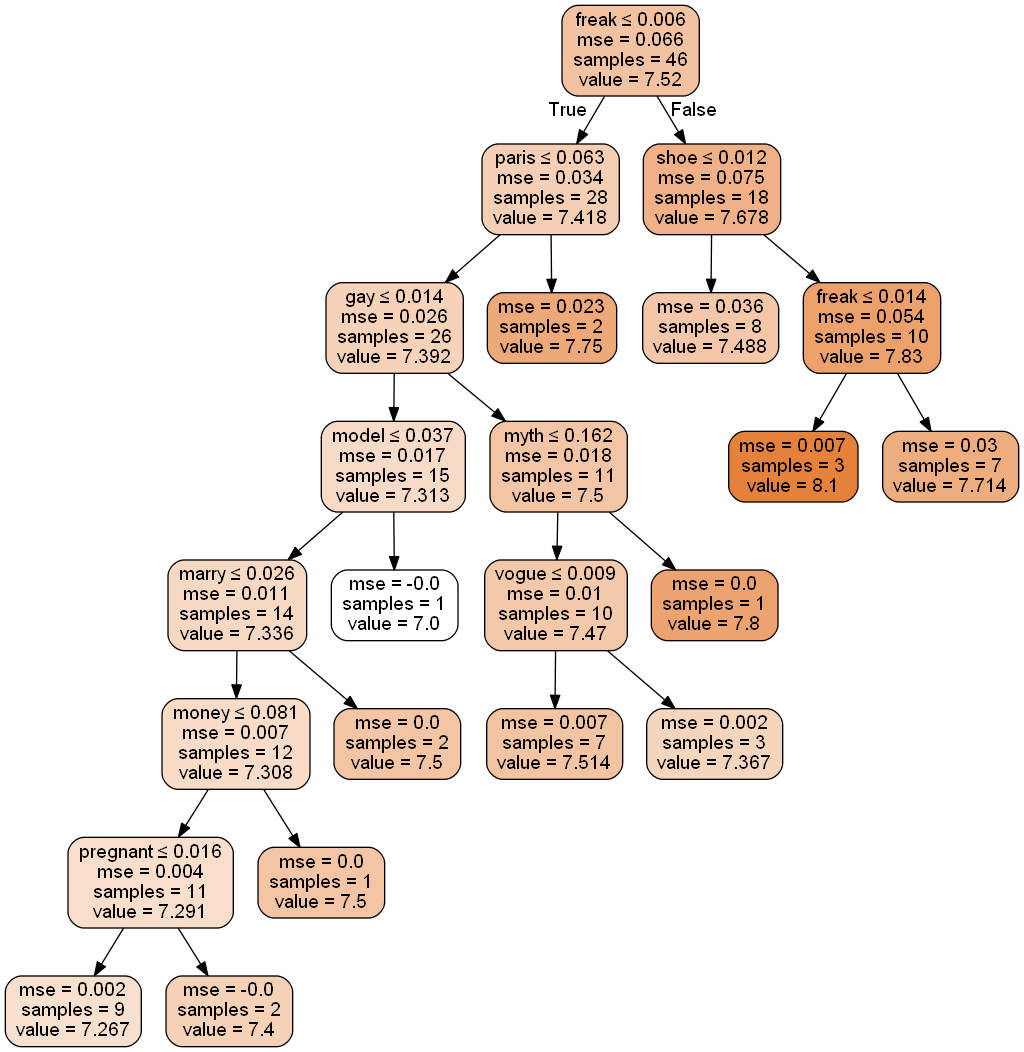
This is Source.gv.png from ranilovi/SATC_rating_prediction, a Graphviz export, as it was before one commit. Its source is kept beside it as Source.gv.
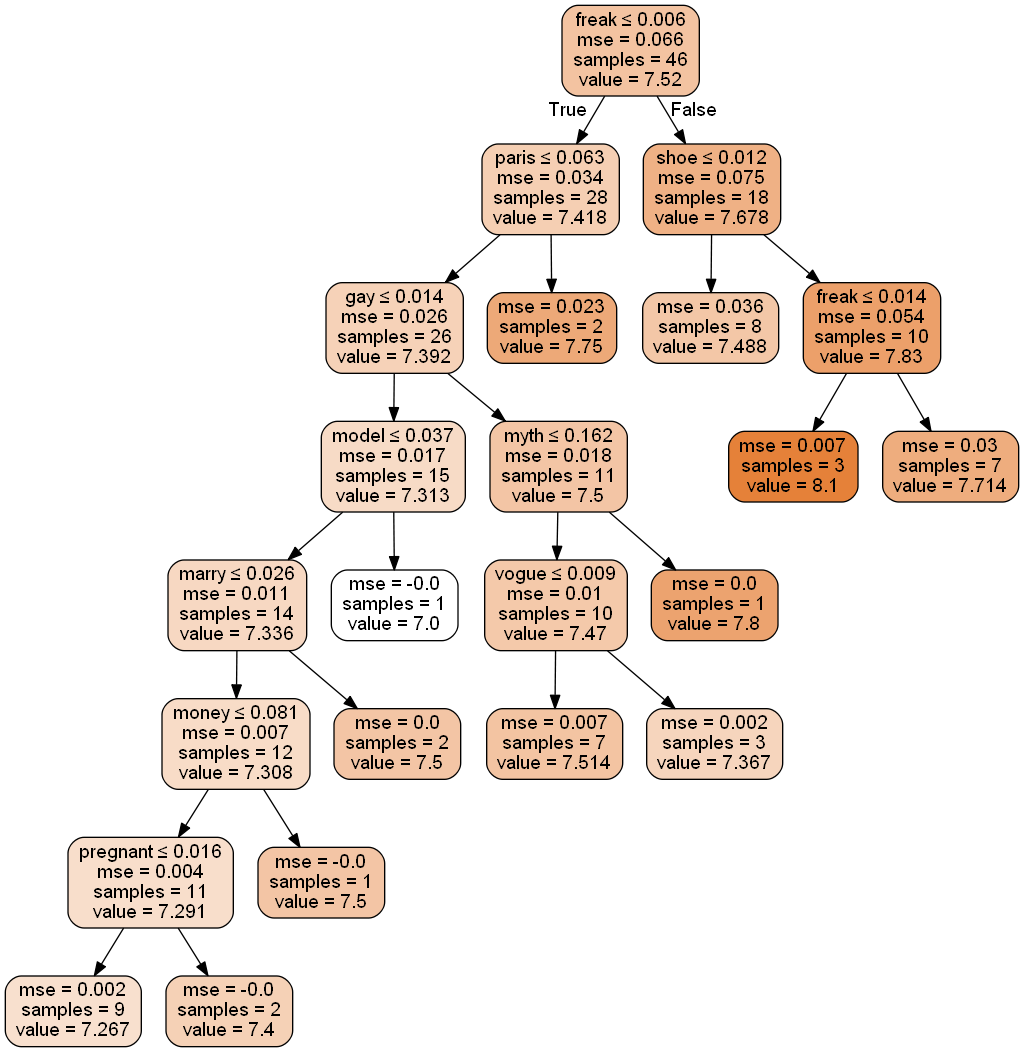
Later version of the same file.

Diff of the diagram source:
```diff
@@ -18,7 +18,7 @@
 6 -> 7 ;
 8 [label=<mse = -0.0<br/>samples = 2<br/>value = 7.4>, fillcolor="#e581395d"] ;
 6 -> 8 ;
-9 [label=<mse = 0.0<br/>samples = 1<br/>value = 7.5>, fillcolor="#e5813974"] ;
+9 [label=<mse = -0.0<br/>samples = 1<br/>value = 7.5>, fillcolor="#e5813974"] ;
 5 -> 9 ;
 10 [label=<mse = 0.0<br/>samples = 2<br/>value = 7.5>, fillcolor="#e5813974"] ;
 4 -> 10 ;
```
